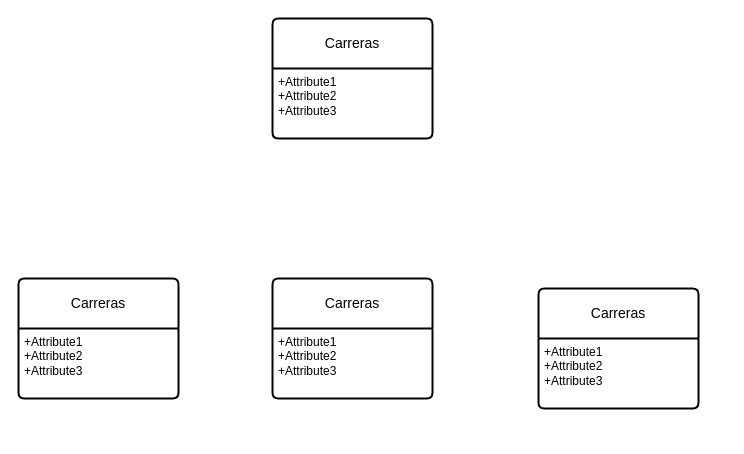
Above: Untitled Diagram.drawio in Jolsman01/BasededatosIFODA (draw.io), before the change. Source tidied: cells renumbered, new cells numbered last; positions are measured from the earlier drawing's top-left corner, leaving out a move shared by most shapes. Both pictures are drawn from the tidied source at 100%, with x=0, y=0 at pixel (18, 18).
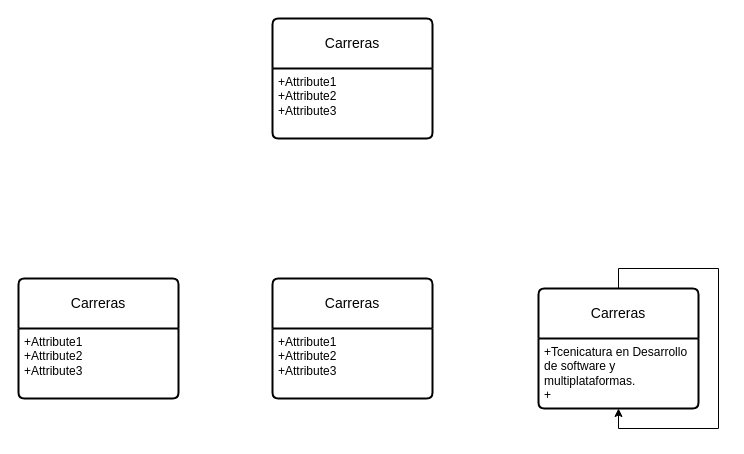
The same diagram, later.

What changed in the source:
```diff
@@
 <mxGraphModel>
   <root>
     <mxCell id="0" />
     <mxCell id="1" parent="0" />
     <mxCell id="2" value="Carreras" style="swimlane;horizontal=1;startSize=50;rounded=1;fontSize=14;fontStyle=0;strokeWidth=2;shadow=0;dashed=0;align=center;arcSize=4;whiteSpace=wrap;html=1;" parent="1" vertex="1">
       <mxGeometry x="254" y="260" width="160" height="120" as="geometry" />
     </mxCell>
     <mxCell id="3" value="+Attribute1&#10;+Attribute2&#10;+Attribute3" style="align=left;strokeColor=none;fillColor=none;spacingLeft=4;spacingRight=4;fontSize=12;verticalAlign=top;html=1;whiteSpace=wrap;" parent="2" vertex="1">
       <mxGeometry y="50" width="160" height="70" as="geometry" />
     </mxCell>
     <mxCell id="4" value="Carreras" style="swimlane;horizontal=1;startSize=50;rounded=1;fontSize=14;fontStyle=0;strokeWidth=2;shadow=0;dashed=0;align=center;arcSize=4;whiteSpace=wrap;html=1;" parent="1" vertex="1">
       <mxGeometry y="260" width="160" height="120" as="geometry" />
     </mxCell>
     <mxCell id="5" value="+Attribute1&#10;+Attribute2&#10;+Attribute3" style="align=left;strokeColor=none;fillColor=none;spacingLeft=4;spacingRight=4;fontSize=12;verticalAlign=top;html=1;whiteSpace=wrap;" parent="4" vertex="1">
       <mxGeometry y="50" width="160" height="70" as="geometry" />
     </mxCell>
     <mxCell id="6" value="Carreras" style="swimlane;horizontal=1;startSize=50;rounded=1;fontSize=14;fontStyle=0;strokeWidth=2;shadow=0;dashed=0;align=center;arcSize=4;whiteSpace=wrap;html=1;" parent="1" vertex="1">
       <mxGeometry x="520" y="270" width="160" height="120" as="geometry" />
     </mxCell>
-    <mxCell id="7" value="+Attribute1&#10;+Attribute2&#10;+Attribute3" style="align=left;strokeColor=none;fillColor=none;spacingLeft=4;spacingRight=4;fontSize=12;verticalAlign=top;html=1;whiteSpace=wrap;" parent="6" vertex="1">
+    <mxCell id="7" value="+Tcenicatura en Desarrollo de software y multiplataformas.&lt;div&gt;+&lt;/div&gt;" style="align=left;strokeColor=none;fillColor=none;spacingLeft=4;spacingRight=4;fontSize=12;verticalAlign=top;html=1;whiteSpace=wrap;" parent="6" vertex="1">
       <mxGeometry y="50" width="160" height="70" as="geometry" />
     </mxCell>
+    <mxCell id="10" style="edgeStyle=orthogonalEdgeStyle;rounded=0;orthogonalLoop=1;jettySize=auto;html=1;exitX=0.5;exitY=0;exitDx=0;exitDy=0;" parent="1" edge="1" source="6" target="6">
+      <mxGeometry relative="1" as="geometry" />
+    </mxCell>
     <mxCell id="8" value="Carreras" style="swimlane;horizontal=1;startSize=50;rounded=1;fontSize=14;fontStyle=0;strokeWidth=2;shadow=0;dashed=0;align=center;arcSize=4;whiteSpace=wrap;html=1;" parent="1" vertex="1">
       <mxGeometry x="254" width="160" height="120" as="geometry" />
     </mxCell>
     <mxCell id="9" value="+Attribute1&#10;+Attribute2&#10;+Attribute3" style="align=left;strokeColor=none;fillColor=none;spacingLeft=4;spacingRight=4;fontSize=12;verticalAlign=top;html=1;whiteSpace=wrap;" parent="8" vertex="1">
       <mxGeometry y="50" width="160" height="70" as="geometry" />
     </mxCell>
   </root>
 </mxGraphModel>
```
